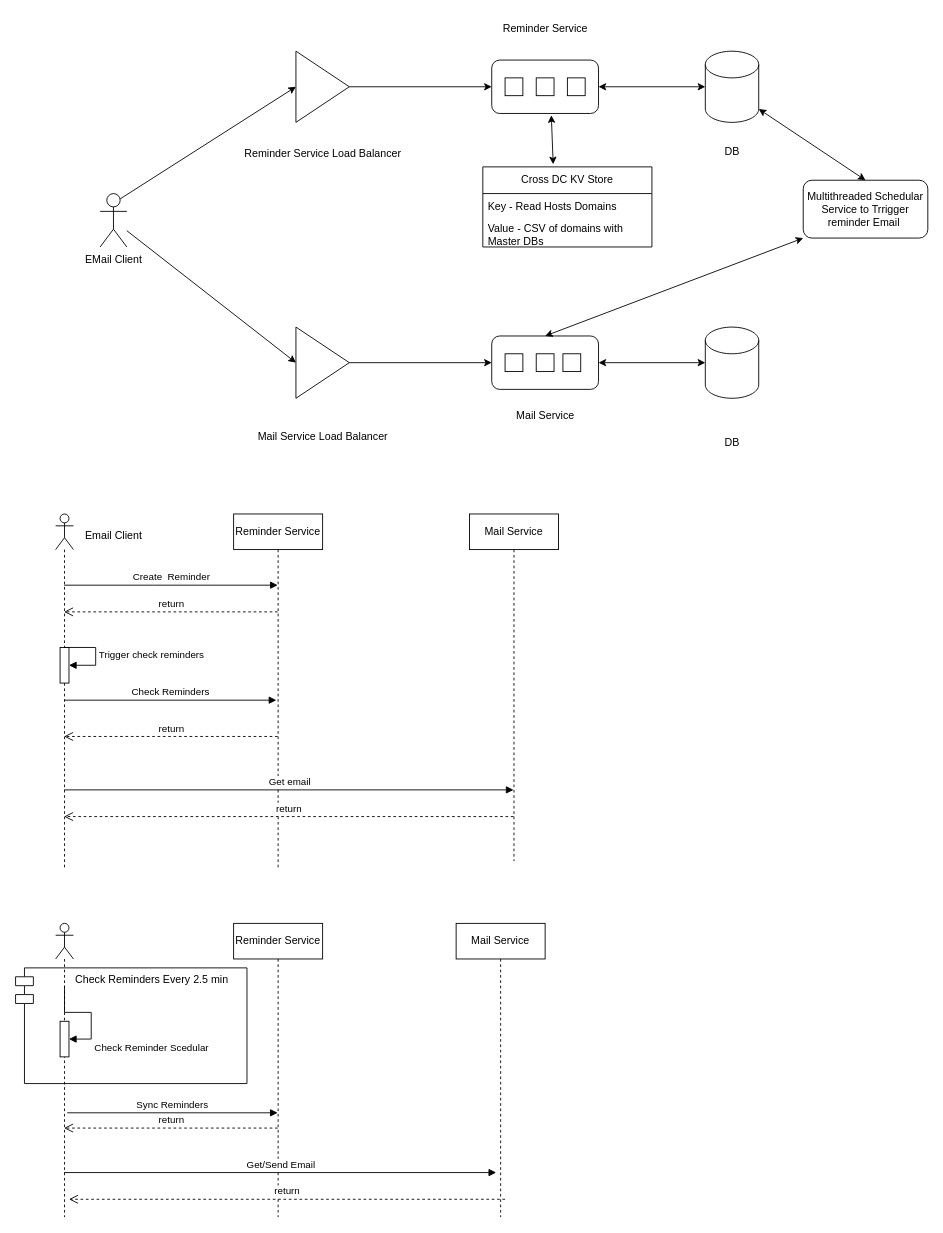
ashwiniadlakha/draw_io keeps this draw.io diagram as Interview/Personio.drawio. Above is the earlier version. Source tidied: cells renumbered, new cells numbered last; positions are measured from the earlier drawing's top-left corner, leaving out a move shared by most shapes. Both pictures are drawn from the tidied source at 89%, with x=0, y=0 at pixel (15, 15).
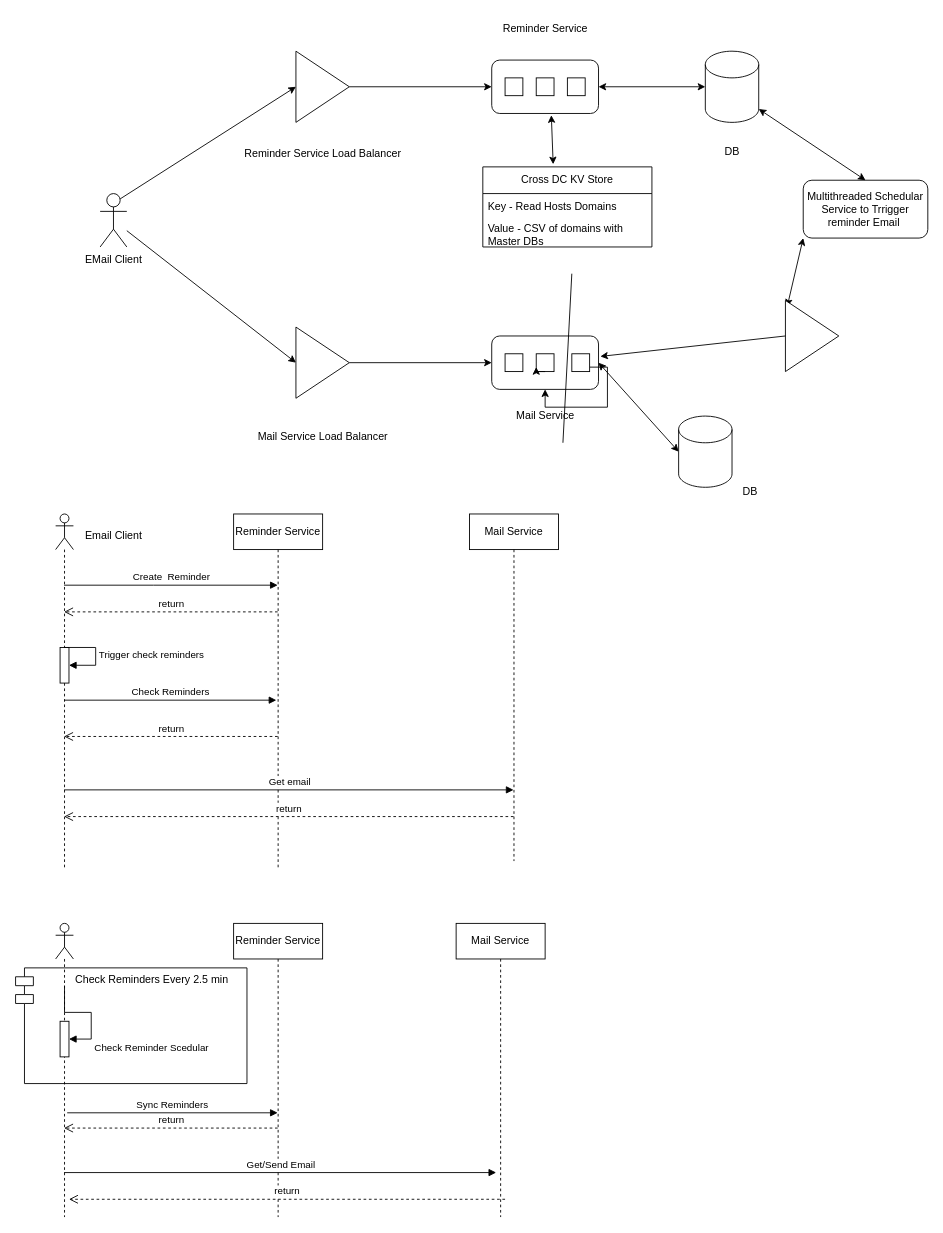
The same page after the edit.

The change refers to these unchanged cells:
```xml
<mxCell id="8" style="rounded=1;whiteSpace=wrap;html=1;" parent="1" vertex="1">
  <mxGeometry x="535" y="360" width="120" height="60" as="geometry" />
</mxCell>
<mxCell id="22" style="whiteSpace=wrap;html=1;" parent="1" vertex="1">
  <mxGeometry x="585" y="380" width="20" height="20" as="geometry" />
</mxCell>
<mxCell id="53" value="Multithreaded Schedular Service to Trrigger reminder Email&amp;nbsp;" style="rounded=1;whiteSpace=wrap;html=1;" parent="1" vertex="1">
  <mxGeometry x="885" y="185" width="140" height="65" as="geometry" />
</mxCell>
```

The edit, as a diff of the source:
```diff
@@
     <mxCell id="10" style="shape=cylinder3;whiteSpace=wrap;html=1;boundedLbl=1;backgroundOutline=1;size=15;" parent="1" vertex="1">
-      <mxGeometry x="775" y="350" width="60" height="80" as="geometry" />
+      <mxGeometry x="745" y="450" width="60" height="80" as="geometry" />
     </mxCell>
@@
     <mxCell id="14" value="DB" style="text;html=1;align=center;verticalAlign=middle;strokeColor=none;fillColor=none;" parent="1" vertex="1">
-      <mxGeometry x="785" y="465" width="40" height="30" as="geometry" />
+      <mxGeometry x="805" y="520" width="40" height="30" as="geometry" />
     </mxCell>
@@
+    <mxCell id="56" style="edgeStyle=orthogonalEdgeStyle;rounded=0;jettySize=auto;html=1;exitX=1;exitY=0.75;exitDx=0;exitDy=0;" parent="1" edge="1" source="23" target="8">
+      <mxGeometry relative="1" as="geometry" />
+    </mxCell>
     <mxCell id="23" style="whiteSpace=wrap;html=1;" parent="1" vertex="1">
-      <mxGeometry x="615" y="380" width="20" height="20" as="geometry" />
+      <mxGeometry x="625" y="380" width="20" height="20" as="geometry" />
     </mxCell>
@@
-    <mxCell id="55" style="endArrow=classic;startArrow=classic;html=1;rounded=0;exitX=0.5;exitY=0;exitDx=0;exitDy=0;entryX=0;entryY=1;entryDx=0;entryDy=0;" parent="1" edge="1" source="8" target="53">
+    <mxCell id="55" style="endArrow=classic;startArrow=classic;html=1;rounded=0;entryX=0;entryY=1;entryDx=0;entryDy=0;exitX=0.033;exitY=0.088;exitDx=0;exitDy=0;exitPerimeter=0;" parent="1" edge="1" source="57" target="53">
       <mxGeometry relative="1" as="geometry" />
     </mxCell>
+    <mxCell id="57" style="triangle;whiteSpace=wrap;html=1;" parent="1" vertex="1">
+      <mxGeometry x="865" y="320" width="60" height="80" as="geometry" />
+    </mxCell>
+    <mxCell id="58" style="endArrow=classic;html=1;rounded=0;exitX=0;exitY=0.5;exitDx=0;exitDy=0;entryX=1.017;entryY=0.383;entryDx=0;entryDy=0;entryPerimeter=0;" parent="1" edge="1" source="57" target="8">
+      <mxGeometry relative="1" as="geometry" />
+    </mxCell>
+    <mxCell id="59" style="edgeStyle=orthogonalEdgeStyle;rounded=0;orthogonalLoop=1;jettySize=auto;html=1;exitX=0.5;exitY=1;exitDx=0;exitDy=0;entryX=0;entryY=0.75;entryDx=0;entryDy=0;" parent="1" edge="1" source="22" target="22">
+      <mxGeometry relative="1" as="geometry" />
+    </mxCell>
+    <mxCell id="60" style="endArrow=none;html=1;rounded=0;" parent="1" edge="1">
+      <mxGeometry relative="1" as="geometry">
+        <mxPoint x="615" y="480" as="sourcePoint" />
+        <mxPoint x="625" y="290" as="targetPoint" />
+      </mxGeometry>
+    </mxCell>
```
